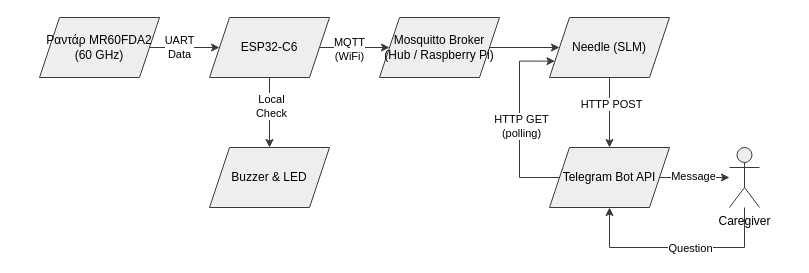
Above: page "Page-1" (1 of 2) of lib/4_1.drawio in michalisssss/Fall-Detection-System (draw.io), before the change. Source tidied: cells renumbered, new cells numbered last; positions are measured from the earlier drawing's top-left corner, leaving out a move shared by most shapes. Both pictures are drawn from the tidied source at 100%, with x=0, y=0 at pixel (39, 17).
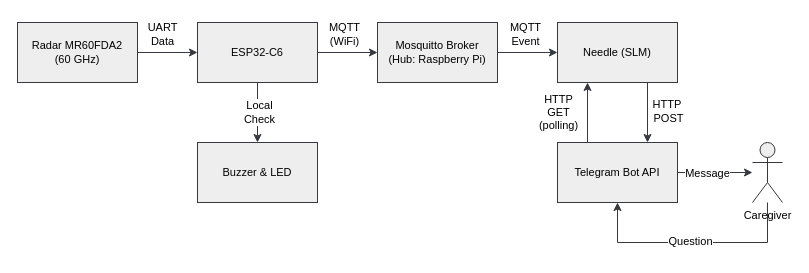
The same diagram, later.

The edit, as a diff of the source:
```diff
@@
-    <mxCell id="2" style="edgeStyle=orthogonalEdgeStyle;rounded=0;jettySize=auto;html=1;entryX=0;entryY=0.5;entryDx=0;entryDy=0;defaultLabelBackgroundColor=page;fillColor=#eeeeee;strokeColor=#36393d;" parent="1" edge="1" source="4" target="9">
-      <mxGeometry relative="1" as="geometry" />
-    </mxCell>
+    <mxCell id="24" style="edgeStyle=orthogonalEdgeStyle;rounded=0;jettySize=auto;html=1;entryX=0;entryY=0.5;entryDx=0;entryDy=0;defaultLabelBackgroundColor=page;fillColor=#eeeeee;strokeColor=#36393d;fontSize=11;" parent="1" edge="1" source="25" target="9">
+      <mxGeometry relative="1" as="geometry" />
+    </mxCell>
-    <mxCell id="3" value="UART&lt;div&gt;Data&lt;/div&gt;" style="edgeLabel;html=1;align=center;verticalAlign=middle;inheritText=1;defaultLabelBackgroundColor=page;" parent="2" vertex="1">
-      <mxGeometry x="-0.18" y="1" relative="1" as="geometry" />
+    <mxCell id="3" value="UART&lt;div&gt;Data&lt;/div&gt;" style="edgeLabel;html=1;align=center;verticalAlign=middle;inheritText=fontFamily,fontColor,fontStyle,textOpacity,labelBorderColor,labelBorderWidth,labelBackgroundColor,defaultLabelBackgroundColor,labelPadding;defaultLabelBackgroundColor=page;fontSize=11;" parent="24" vertex="1">
+      <mxGeometry x="-0.29" y="-1" relative="1" as="geometry">
+        <mxPoint x="3" y="-20" as="offset" />
+      </mxGeometry>
     </mxCell>
-    <mxCell id="4" value="Ραντάρ MR60FDA&lt;span style=&quot;text-decoration-line: inherit; background-color: transparent; color: light-dark(#000000, var(--ge-light-color, #ffffff));&quot;&gt;2&lt;/span&gt;&lt;div&gt;&lt;span style=&quot;text-decoration-line: inherit; background-color: transparent; color: light-dark(#000000, var(--ge-light-color, #ffffff));&quot;&gt;(60 GHz)&lt;/span&gt;&lt;/div&gt;" style="shape=parallelogram;perimeter=parallelogramPerimeter;whiteSpace=wrap;html=1;shapeInside=1;fixedSize=1;fillColor=#eeeeee;strokeColor=#36393d;" parent="1" vertex="1">
-      <mxGeometry width="120" height="60" as="geometry" />
-    </mxCell>
+    <mxCell id="25" value="Radar MR60FDA&lt;span style=&quot;text-decoration-line: inherit; background-color: transparent; color: light-dark(#000000, var(--ge-light-color, #ffffff));&quot;&gt;2&lt;/span&gt;&lt;div&gt;&lt;span style=&quot;text-decoration-line: inherit; background-color: transparent; color: light-dark(#000000, var(--ge-light-color, #ffffff));&quot;&gt;(60 GHz)&lt;/span&gt;&lt;/div&gt;" style="rounded=0;whiteSpace=wrap;html=1;fillColor=#eeeeee;strokeColor=#36393d;fontSize=11;" parent="1" vertex="1">
+      <mxGeometry x="-22" y="5" width="120" height="60" as="geometry" />
+    </mxCell>
-    <mxCell id="5" style="edgeStyle=orthogonalEdgeStyle;rounded=0;jettySize=auto;html=1;entryX=0.5;entryY=0;entryDx=0;entryDy=0;defaultLabelBackgroundColor=page;fillColor=#eeeeee;strokeColor=#36393d;" parent="1" edge="1" source="9" target="10">
+    <mxCell id="5" style="edgeStyle=orthogonalEdgeStyle;rounded=0;jettySize=auto;html=1;entryX=0.5;entryY=0;entryDx=0;entryDy=0;defaultLabelBackgroundColor=page;fillColor=#eeeeee;strokeColor=#36393d;fontSize=11;" parent="1" edge="1" source="9" target="10">
       <mxGeometry relative="1" as="geometry" />
     </mxCell>
-    <mxCell id="6" value="Local&lt;div&gt;Check&lt;/div&gt;" style="edgeLabel;html=1;align=center;verticalAlign=middle;inheritText=1;defaultLabelBackgroundColor=page;" parent="5" vertex="1">
-      <mxGeometry x="-0.2" y="1" relative="1" as="geometry" />
+    <mxCell id="6" value="Local&lt;div&gt;Check&lt;/div&gt;" style="edgeLabel;html=1;align=center;verticalAlign=middle;inheritText=fontFamily,fontColor,fontStyle,textOpacity,labelBorderColor,labelBorderWidth,labelBackgroundColor,defaultLabelBackgroundColor,labelPadding;defaultLabelBackgroundColor=page;fontSize=11;" parent="5" vertex="1">
+      <mxGeometry x="-0.04" relative="1" as="geometry">
+        <mxPoint x="1" as="offset" />
+      </mxGeometry>
     </mxCell>
-    <mxCell id="7" style="edgeStyle=orthogonalEdgeStyle;rounded=0;jettySize=auto;html=1;defaultLabelBackgroundColor=page;flowAnimation=1;fillColor=#eeeeee;strokeColor=#36393d;" parent="1" edge="1" source="9" target="12">
-      <mxGeometry relative="1" as="geometry" />
-    </mxCell>
+    <mxCell id="26" style="edgeStyle=orthogonalEdgeStyle;rounded=0;jettySize=auto;html=1;entryX=0;entryY=0.5;entryDx=0;entryDy=0;defaultLabelBackgroundColor=page;flowAnimation=1;fillColor=#eeeeee;strokeColor=#36393d;fontSize=11;" parent="1" edge="1" source="9" target="29">
+      <mxGeometry relative="1" as="geometry" />
+    </mxCell>
-    <mxCell id="8" value="MQTT&lt;div&gt;(WiFi)&lt;/div&gt;" style="edgeLabel;html=1;align=center;verticalAlign=middle;inheritText=1;defaultLabelBackgroundColor=page;" parent="7" vertex="1">
-      <mxGeometry x="-0.18" y="-1" relative="1" as="geometry" />
+    <mxCell id="8" value="MQTT&lt;div&gt;(WiFi)&lt;/div&gt;" style="edgeLabel;html=1;align=center;verticalAlign=middle;inheritText=fontFamily,fontColor,fontStyle,textOpacity,labelBorderColor,labelBorderWidth,labelBackgroundColor,defaultLabelBackgroundColor,labelPadding;defaultLabelBackgroundColor=page;fontSize=11;" parent="26" vertex="1">
+      <mxGeometry x="-0.25" y="-2" relative="1" as="geometry">
+        <mxPoint x="3" y="-21" as="offset" />
+      </mxGeometry>
     </mxCell>
-    <mxCell id="9" value="&lt;span style=&quot;text-decoration-line: inherit; background-color: transparent; color: light-dark(#000000, var(--ge-light-color, #ffffff));&quot;&gt;ESP32-C6&lt;/span&gt;" style="shape=parallelogram;perimeter=parallelogramPerimeter;whiteSpace=wrap;html=1;shapeInside=1;fixedSize=1;fillColor=#eeeeee;strokeColor=#36393d;" parent="1" vertex="1">
-      <mxGeometry x="170" width="120" height="60" as="geometry" />
+    <mxCell id="9" value="&lt;span style=&quot;text-decoration-line: inherit; background-color: transparent; color: light-dark(#000000, var(--ge-light-color, #ffffff));&quot;&gt;ESP32-C6&lt;/span&gt;" style="rounded=0;whiteSpace=wrap;html=1;fillColor=#eeeeee;strokeColor=#36393d;fontSize=11;" parent="1" vertex="1">
+      <mxGeometry x="158" y="5" width="120" height="60" as="geometry" />
     </mxCell>
-    <mxCell id="10" value="Buzzer &amp;amp; LED" style="shape=parallelogram;perimeter=parallelogramPerimeter;whiteSpace=wrap;html=1;shapeInside=1;fixedSize=1;fillColor=#eeeeee;strokeColor=#36393d;" parent="1" vertex="1">
-      <mxGeometry x="170" y="130" width="120" height="60" as="geometry" />
+    <mxCell id="10" value="Buzzer &amp;amp; LED" style="rounded=0;whiteSpace=wrap;html=1;fillColor=#eeeeee;strokeColor=#36393d;fontSize=11;" parent="1" vertex="1">
+      <mxGeometry x="158" y="125" width="120" height="60" as="geometry" />
     </mxCell>
-    <mxCell id="11" style="edgeStyle=orthogonalEdgeStyle;rounded=0;jettySize=auto;html=1;entryX=0;entryY=0.5;entryDx=0;entryDy=0;defaultLabelBackgroundColor=page;fillColor=#eeeeee;strokeColor=#36393d;" parent="1" edge="1" source="12" target="18">
-      <mxGeometry relative="1" as="geometry" />
-    </mxCell>
-    <mxCell id="12" value="&lt;span style=&quot;background-color: transparent; color: light-dark(#000000, var(--ge-light-color, #ffffff)); text-decoration-line: inherit;&quot;&gt;Mosquitto Broker&lt;/span&gt;&lt;div&gt;(Hub / Raspberry Pi)&lt;/div&gt;" style="shape=parallelogram;perimeter=parallelogramPerimeter;whiteSpace=wrap;html=1;shapeInside=1;fixedSize=1;fillColor=#eeeeee;strokeColor=#36393d;" parent="1" vertex="1">
-      <mxGeometry x="340" width="120" height="60" as="geometry" />
-    </mxCell>
-    <mxCell id="13" style="edgeStyle=orthogonalEdgeStyle;rounded=0;jettySize=auto;html=1;entryX=0.5;entryY=1;entryDx=0;entryDy=0;defaultLabelBackgroundColor=page;fillColor=#eeeeee;strokeColor=#36393d;" parent="1" edge="1" source="15" target="23">
-      <mxGeometry x="-0.13" relative="1" as="geometry">
-        <Array as="points">
-          <mxPoint x="705" y="230" />
-          <mxPoint x="570" y="230" />
-        </Array>
-      </mxGeometry>
-    </mxCell>
-    <mxCell id="14" value="Question" style="edgeLabel;html=1;align=center;verticalAlign=middle;inheritText=1;defaultLabelBackgroundColor=page;" parent="13" vertex="1">
-      <mxGeometry x="0.1" y="1" relative="1" as="geometry">
-        <mxPoint x="23" y="-1" as="offset" />
-      </mxGeometry>
-    </mxCell>
-    <mxCell id="15" value="Caregiver" style="shape=umlActor;verticalLabelPosition=bottom;verticalAlign=top;html=1;outlineConnect=0;labelPerimeter=1;fillColor=#eeeeee;strokeColor=#36393d;" parent="1" vertex="1">
-      <mxGeometry x="690" y="130" width="30" height="60" as="geometry" />
-    </mxCell>
+    <mxCell id="27" style="edgeStyle=orthogonalEdgeStyle;rounded=0;jettySize=auto;html=1;defaultLabelBackgroundColor=page;fillColor=#eeeeee;strokeColor=#36393d;fontSize=11;" parent="1" edge="1" source="29" target="18">
+      <mxGeometry relative="1" as="geometry" />
+    </mxCell>
+    <mxCell id="28" value="MQTT&lt;div&gt;Event&lt;/div&gt;" style="edgeLabel;html=1;align=center;verticalAlign=middle;inheritText=fontFamily,fontColor,fontStyle,textOpacity,labelBorderColor,labelBorderWidth,labelBackgroundColor,defaultLabelBackgroundColor,labelPadding;defaultLabelBackgroundColor=page;fontSize=11;" parent="27" vertex="1">
+      <mxGeometry x="-0.28" y="-2" relative="1" as="geometry">
+        <mxPoint x="5" y="-21" as="offset" />
+      </mxGeometry>
+    </mxCell>
+    <mxCell id="29" value="&lt;span style=&quot;background-color: transparent; color: light-dark(#000000, var(--ge-light-color, #ffffff)); text-decoration-line: inherit;&quot;&gt;Mosquitto Broker&lt;/span&gt;&lt;div&gt;(Hub: Raspberry Pi)&lt;/div&gt;" style="rounded=0;whiteSpace=wrap;html=1;fillColor=#eeeeee;strokeColor=#36393d;fontSize=11;" parent="1" vertex="1">
+      <mxGeometry x="338" y="5" width="120" height="60" as="geometry" />
+    </mxCell>
-    <mxCell id="16" style="edgeStyle=orthogonalEdgeStyle;rounded=0;jettySize=auto;html=1;entryX=0.5;entryY=0;entryDx=0;entryDy=0;defaultLabelBackgroundColor=page;fillColor=#eeeeee;strokeColor=#36393d;" parent="1" edge="1" source="18" target="23">
-      <mxGeometry relative="1" as="geometry" />
+    <mxCell id="16" style="edgeStyle=orthogonalEdgeStyle;rounded=0;jettySize=auto;html=1;defaultLabelBackgroundColor=page;fillColor=#eeeeee;strokeColor=#36393d;exitX=0.75;exitY=1;exitDx=0;exitDy=0;entryX=0.75;entryY=0;entryDx=0;entryDy=0;fontSize=11;" parent="1" edge="1" source="18" target="23">
+      <mxGeometry x="0.33" relative="1" as="geometry" />
     </mxCell>
-    <mxCell id="17" value="HTTP&amp;nbsp;&lt;span style=&quot;background-color: transparent; color: light-dark(#000000, var(--ge-light-color, #ffffff));&quot;&gt;POST&lt;/span&gt;" style="edgeLabel;html=1;align=center;verticalAlign=middle;inheritText=1;defaultLabelBackgroundColor=page;" parent="16" vertex="1">
-      <mxGeometry x="-0.27" y="1" relative="1" as="geometry" />
+    <mxCell id="17" value="HTTP&amp;nbsp;&lt;div&gt;&lt;span style=&quot;background-color: transparent; color: light-dark(#000000, var(--ge-light-color, #ffffff));&quot;&gt;POST&lt;/span&gt;&lt;/div&gt;" style="edgeLabel;html=1;align=center;verticalAlign=middle;inheritText=fontFamily,fontColor,fontStyle,textOpacity,labelBorderColor,labelBorderWidth,labelBackgroundColor,defaultLabelBackgroundColor,labelPadding;defaultLabelBackgroundColor=page;fontSize=11;" parent="16" vertex="1">
+      <mxGeometry x="-0.06" relative="1" as="geometry">
+        <mxPoint x="20" as="offset" />
+      </mxGeometry>
     </mxCell>
-    <mxCell id="18" value="Needle (SLM)" style="shape=parallelogram;perimeter=parallelogramPerimeter;whiteSpace=wrap;html=1;shapeInside=1;fixedSize=1;fillColor=#eeeeee;strokeColor=#36393d;" parent="1" vertex="1">
-      <mxGeometry x="510" width="120" height="60" as="geometry" />
+    <mxCell id="18" value="Needle&amp;nbsp;&lt;span style=&quot;background-color: transparent; color: light-dark(#000000, var(--ge-light-color, #ffffff));&quot;&gt;(SLM)&lt;/span&gt;" style="whiteSpace=wrap;html=1;rounded=0;fillColor=#eeeeee;strokeColor=#36393d;fontSize=11;" parent="1" vertex="1">
+      <mxGeometry x="518" y="5" width="120" height="60" as="geometry" />
     </mxCell>
-    <mxCell id="19" style="edgeStyle=orthogonalEdgeStyle;rounded=0;jettySize=auto;html=1;defaultLabelBackgroundColor=page;fillColor=#eeeeee;strokeColor=#36393d;" parent="1" edge="1" source="23" target="15">
+    <mxCell id="19" style="edgeStyle=orthogonalEdgeStyle;rounded=0;jettySize=auto;html=1;defaultLabelBackgroundColor=page;fillColor=#eeeeee;strokeColor=#36393d;fontSize=11;" parent="1" edge="1" source="23" target="15">
       <mxGeometry relative="1" as="geometry" />
     </mxCell>
-    <mxCell id="20" value="Message" style="edgeLabel;html=1;align=center;verticalAlign=middle;inheritText=1;defaultLabelBackgroundColor=page;" parent="19" vertex="1">
-      <mxGeometry x="-0.07" y="2" relative="1" as="geometry" />
+    <mxCell id="20" value="Message" style="edgeLabel;html=1;align=center;verticalAlign=middle;inheritText=fontFamily,fontColor,fontStyle,textOpacity,labelBorderColor,labelBorderWidth,labelBackgroundColor,defaultLabelBackgroundColor,labelPadding;defaultLabelBackgroundColor=page;fontSize=11;" parent="19" vertex="1">
+      <mxGeometry x="-0.47" y="2" relative="1" as="geometry">
+        <mxPoint x="9" y="2" as="offset" />
+      </mxGeometry>
     </mxCell>
-    <mxCell id="21" style="edgeStyle=orthogonalEdgeStyle;rounded=0;jettySize=auto;html=1;entryX=0;entryY=0.75;entryDx=0;entryDy=0;defaultLabelBackgroundColor=page;fillColor=#eeeeee;strokeColor=#36393d;" parent="1" edge="1" source="23" target="18">
-      <mxGeometry x="-0.11" relative="1" as="geometry">
-        <Array as="points">
-          <mxPoint x="480" y="160" />
-          <mxPoint x="480" y="43.6" />
-        </Array>
-      </mxGeometry>
+    <mxCell id="21" style="edgeStyle=orthogonalEdgeStyle;rounded=0;jettySize=auto;html=1;entryX=0.25;entryY=1;entryDx=0;entryDy=0;defaultLabelBackgroundColor=page;fillColor=#eeeeee;strokeColor=#36393d;exitX=0.25;exitY=0;exitDx=0;exitDy=0;fontSize=11;" parent="1" edge="1" source="23" target="18">
+      <mxGeometry x="0.12" relative="1" as="geometry" />
     </mxCell>
-    <mxCell id="22" value="HTTP&amp;nbsp;&lt;span style=&quot;background-color: transparent; color: light-dark(#000000, var(--ge-light-color, #ffffff));&quot;&gt;GET&lt;/span&gt;&lt;div&gt;(polling)&lt;/div&gt;" style="edgeLabel;html=1;align=center;verticalAlign=middle;inheritText=1;defaultLabelBackgroundColor=page;" parent="21" vertex="1">
-      <mxGeometry x="-0.04" y="-1" relative="1" as="geometry" />
+    <mxCell id="22" value="HTTP&lt;div&gt;&lt;span style=&quot;background-color: transparent; color: light-dark(#000000, var(--ge-light-color, #ffffff));&quot;&gt;GET&lt;/span&gt;&lt;div&gt;&lt;div&gt;(polling)&lt;/div&gt;&lt;/div&gt;&lt;/div&gt;" style="edgeLabel;html=1;align=center;verticalAlign=middle;inheritText=fontFamily,fontColor,fontStyle,textOpacity,labelBorderColor,labelBorderWidth,labelBackgroundColor,defaultLabelBackgroundColor,labelPadding;defaultLabelBackgroundColor=page;fontSize=11;" parent="21" vertex="1">
+      <mxGeometry x="0.05" relative="1" as="geometry">
+        <mxPoint x="-30" y="1" as="offset" />
+      </mxGeometry>
     </mxCell>
-    <mxCell id="23" value="Telegram Bot API" style="shape=parallelogram;perimeter=parallelogramPerimeter;whiteSpace=wrap;html=1;shapeInside=1;fixedSize=1;fillColor=#eeeeee;strokeColor=#36393d;" parent="1" vertex="1">
-      <mxGeometry x="510" y="130" width="120" height="60" as="geometry" />
+    <mxCell id="23" value="Telegram Bot API" style="whiteSpace=wrap;html=1;rounded=0;fillColor=#eeeeee;strokeColor=#36393d;fontSize=11;" parent="1" vertex="1">
+      <mxGeometry x="518" y="125" width="120" height="60" as="geometry" />
     </mxCell>
+    <mxCell id="13" style="edgeStyle=orthogonalEdgeStyle;rounded=0;jettySize=auto;html=1;entryX=0.5;entryY=1;entryDx=0;entryDy=0;defaultLabelBackgroundColor=page;fillColor=#eeeeee;strokeColor=#36393d;fontSize=11;" parent="1" edge="1" source="15" target="23">
+      <mxGeometry x="0.11" relative="1" as="geometry">
+        <Array as="points">
+          <mxPoint x="728" y="225" />
+          <mxPoint x="578" y="225" />
+        </Array>
+      </mxGeometry>
+    </mxCell>
+    <mxCell id="14" value="Question" style="edgeLabel;html=1;align=center;verticalAlign=middle;inheritText=fontFamily,fontColor,fontStyle,textOpacity,labelBorderColor,labelBorderWidth,labelBackgroundColor,defaultLabelBackgroundColor,labelPadding;defaultLabelBackgroundColor=page;fontSize=11;" parent="13" vertex="1">
+      <mxGeometry x="0.03" y="-2" relative="1" as="geometry" />
+    </mxCell>
+    <mxCell id="15" value="Caregiver" style="shape=umlActor;verticalLabelPosition=bottom;verticalAlign=top;html=1;outlineConnect=0;labelPerimeter=1;fillColor=#eeeeee;strokeColor=#36393d;fontSize=11;" parent="1" vertex="1">
+      <mxGeometry x="713" y="125" width="30" height="60" as="geometry" />
+    </mxCell>
```
